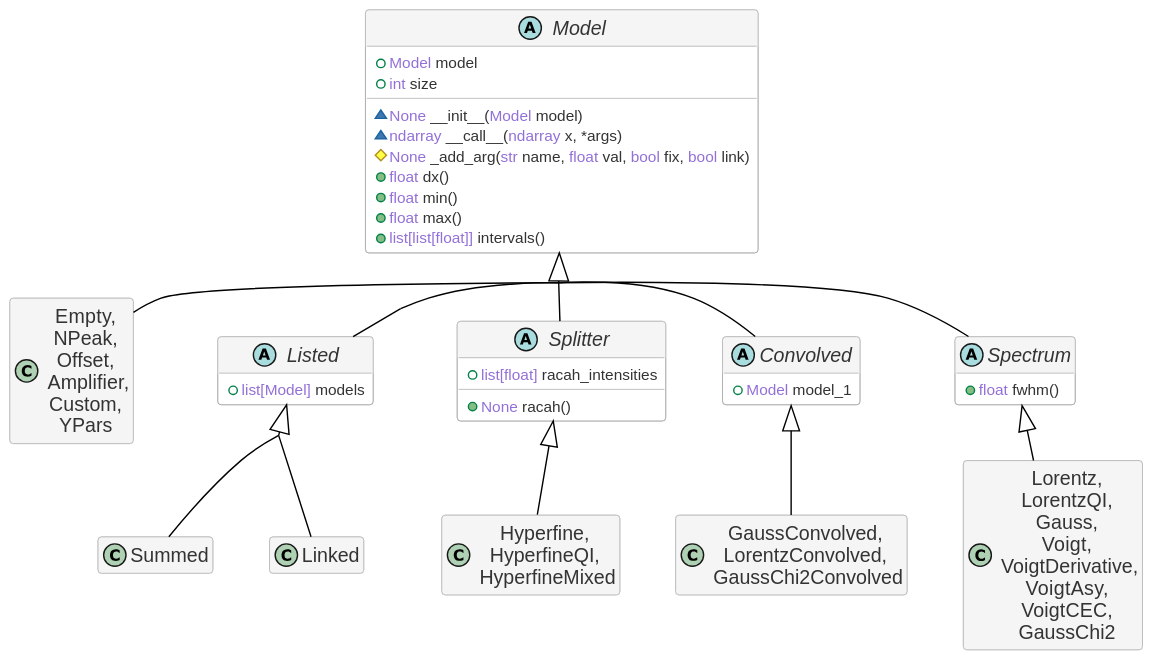
The PlantUML diagram docs/assets/img/models-uml.svg in patmlr/qspec, before a commit.
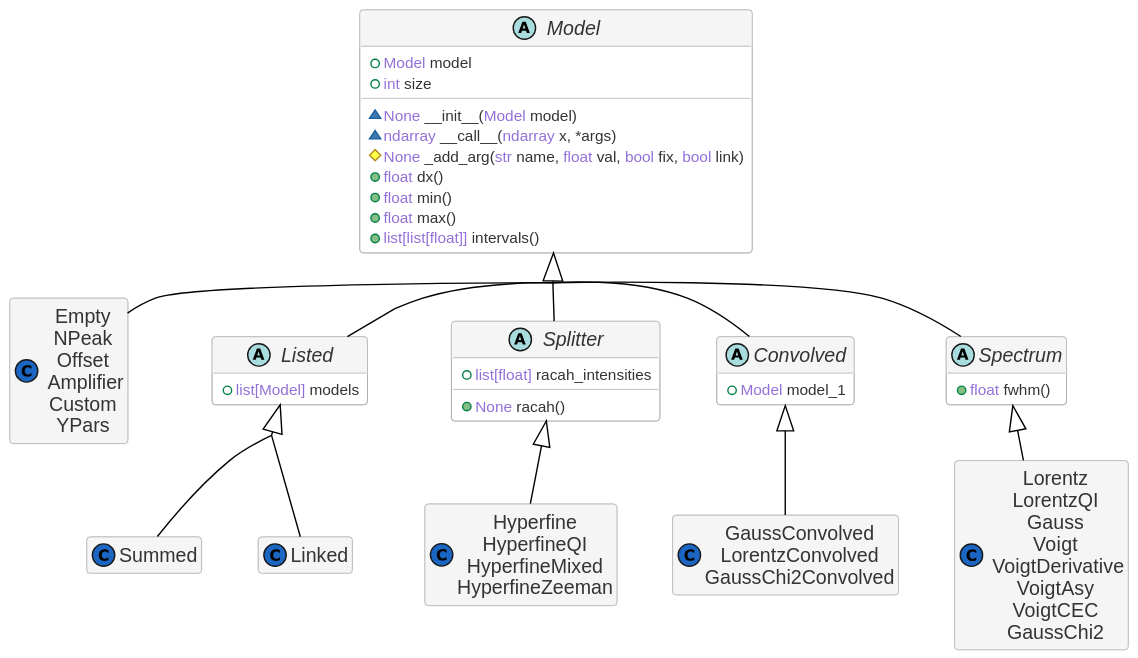
Later version of the same file.

The edit, as a diff of the source:
```diff
@@ -20,7 +20,7 @@
     +<color:MediumPurple>list[list[float]]</color> intervals()
 }
 
-class "Empty,\nNPeak,\nOffset,\n Amplifier,\nCustom,\nYPars" as c1
+class "Empty\nNPeak\nOffset\n Amplifier\nCustom\nYPars" as c1
 abstract class Listed {
     +<color:MediumPurple>list[Model]</color> models
 }
@@ -30,17 +30,17 @@
     +<color:MediumPurple>None</color> racah()
 }
 
-class "Hyperfine,\nHyperfineQI,\n HyperfineMixed" as Hyperfine
+class "Hyperfine\nHyperfineQI\nHyperfineMixed\nHyperfineZeeman" as Hyperfine
 
 abstract class Convolved {
     +<color:MediumPurple>Model</color> model_1
 }
-class "GaussConvolved,\nLorentzConvolved,\n GaussChi2Convolved" as c3
+class "GaussConvolved\nLorentzConvolved\nGaussChi2Convolved" as c3
 
 abstract class Spectrum {
     +<color:MediumPurple>float</color> fwhm()
 }
-class "Lorentz,\nLorentzQI,\nGauss,\nVoigt,\n VoigtDerivative,\nVoigtAsy,\nVoigtCEC,\nGaussChi2" as c2
+class "Lorentz\nLorentzQI\nGauss\nVoigt\n VoigtDerivative\nVoigtAsy\nVoigtCEC\nGaussChi2" as c2
 
 Model <|-- Listed
 Model <|-- c1
```
